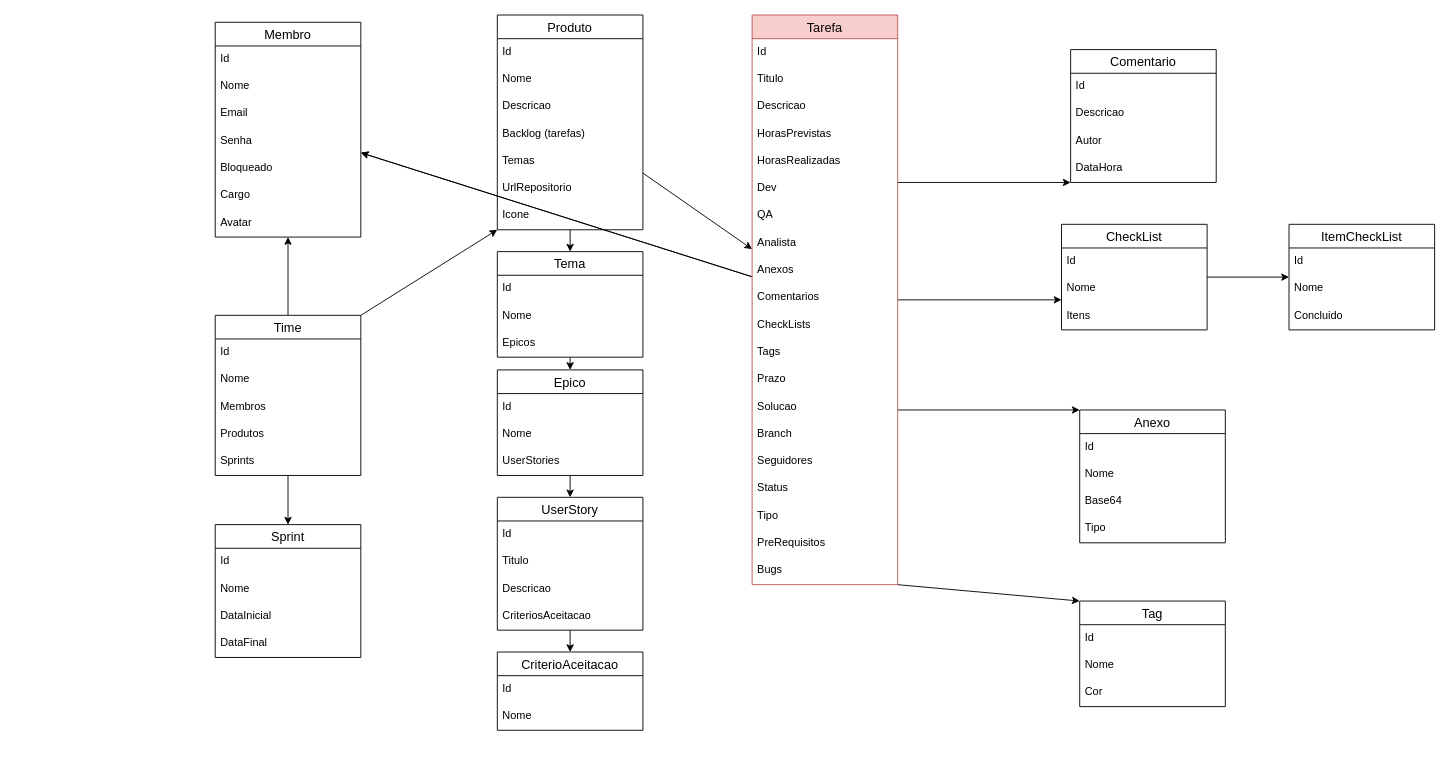
This is back-end/docs/Untitled Diagram.drawio from ddsdaniel/Agilis, a draw.io file, before an edit. Source tidied: cells renumbered, new cells numbered last; positions are measured from the earlier drawing's top-left corner, leaving out a move shared by most shapes. Both pictures are drawn from the tidied source at 91%, with x=0, y=0 at pixel (215, 15).
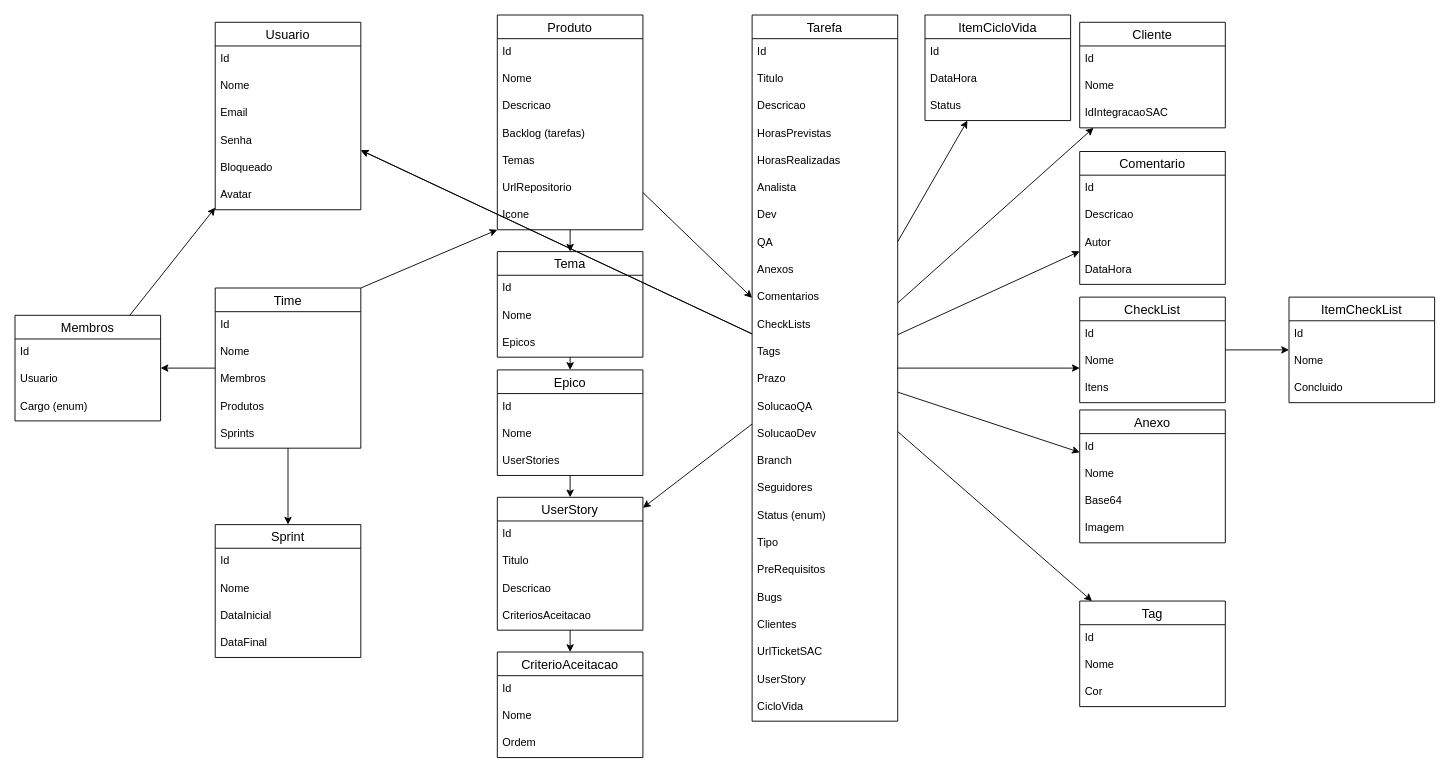
After the change.

The change refers to these unchanged cells:
```xml
<mxCell id="45" value="UserStory" style="swimlane;fontStyle=0;horizontal=1;startSize=26;align=center;fontSize=14;" parent="1" vertex="1">
  <mxGeometry x="310" y="530" width="160" height="146" as="geometry" />
</mxCell>
<mxCell id="58" value="Anexo" style="swimlane;fontStyle=0;horizontal=1;startSize=26;align=center;fontSize=14;" parent="1" vertex="1">
  <mxGeometry x="950" y="434" width="160" height="146" as="geometry" />
</mxCell>
<mxCell id="77" value="Tag" style="swimlane;fontStyle=0;horizontal=1;startSize=26;align=center;fontSize=14;" parent="1" vertex="1">
  <mxGeometry x="950" y="644" width="160" height="116" as="geometry" />
</mxCell>
```

The edit, as a diff of the source:
```diff
@@
-    <mxCell id="17" style="rounded=0;jettySize=auto;html=1;orthogonal=1;edgeStyle=orthogonalEdgeStyle;noEdgeStyle=1;" parent="1" edge="1" source="20" target="26">
-      <mxGeometry relative="1" as="geometry" />
-    </mxCell>
@@
+    <mxCell id="104" style="edgeStyle=none;rounded=0;jettySize=auto;html=1;" parent="1" edge="1" source="20" target="119">
+      <mxGeometry relative="1" as="geometry" />
+    </mxCell>
     <mxCell id="20" value="Time" style="swimlane;fontStyle=0;horizontal=1;startSize=26;align=center;fontSize=14;" parent="1" vertex="1">
-      <mxGeometry y="330" width="160" height="176" as="geometry" />
+      <mxGeometry y="300" width="160" height="176" as="geometry" />
     </mxCell>
@@
-    <mxCell id="26" value="Membro" style="swimlane;fontStyle=0;horizontal=1;startSize=26;align=center;fontSize=14;" parent="1" vertex="1">
-      <mxGeometry y="8" width="160" height="236" as="geometry" />
+    <mxCell id="26" value="Usuario" style="swimlane;fontStyle=0;horizontal=1;startSize=26;align=center;fontSize=14;" parent="1" vertex="1">
+      <mxGeometry y="8" width="160" height="206" as="geometry" />
     </mxCell>
@@
-    <mxCell id="32" value="Cargo" style="text;strokeColor=none;fillColor=none;spacingLeft=4;spacingRight=4;overflow=hidden;fontSize=12;" parent="26" vertex="1">
-      <mxGeometry y="176" width="160" height="30" as="geometry" />
-    </mxCell>
     <mxCell id="33" value="Avatar" style="text;strokeColor=none;fillColor=none;spacingLeft=4;spacingRight=4;overflow=hidden;fontSize=12;" parent="26" vertex="1">
-      <mxGeometry y="206" width="160" height="30" as="geometry" />
+      <mxGeometry y="176" width="160" height="30" as="geometry" />
     </mxCell>
@@
     <mxCell id="50" value="CriterioAceitacao" style="swimlane;fontStyle=0;horizontal=1;startSize=26;align=center;fontSize=14;" parent="1" vertex="1">
-      <mxGeometry x="310" y="700" width="160" height="86" as="geometry" />
+      <mxGeometry x="310" y="700" width="160" height="116" as="geometry" />
     </mxCell>
@@
-    <mxCell id="53" style="edgeStyle=orthogonalEdgeStyle;rounded=0;jettySize=auto;html=1;fontColor=#FF0000;noEdgeStyle=1;orthogonal=1;" parent="1" edge="1" source="82" target="58">
-      <mxGeometry relative="1" as="geometry" />
-    </mxCell>
-    <mxCell id="54" style="edgeStyle=orthogonalEdgeStyle;rounded=0;jettySize=auto;html=1;fontColor=#FF0000;orthogonal=1;noEdgeStyle=1;" parent="1" edge="1" source="82" target="63">
-      <mxGeometry relative="1" as="geometry" />
-    </mxCell>
+    <mxCell id="105" value="Ordem" style="text;strokeColor=none;fillColor=none;spacingLeft=4;spacingRight=4;overflow=hidden;fontSize=12;" parent="50" vertex="1">
+      <mxGeometry y="86" width="160" height="30" as="geometry" />
+    </mxCell>
@@
-    <mxCell id="56" style="edgeStyle=orthogonalEdgeStyle;rounded=0;jettySize=auto;html=1;fontColor=#FF0000;orthogonal=1;noEdgeStyle=1;" parent="1" edge="1" source="82" target="77">
-      <mxGeometry relative="1" as="geometry" />
-    </mxCell>
@@
-    <mxCell id="62" value="Tipo" style="text;strokeColor=none;fillColor=none;spacingLeft=4;spacingRight=4;overflow=hidden;fontSize=12;" parent="58" vertex="1">
+    <mxCell id="62" value="Imagem" style="text;strokeColor=none;fillColor=none;spacingLeft=4;spacingRight=4;overflow=hidden;fontSize=12;" parent="58" vertex="1">
       <mxGeometry y="116" width="160" height="30" as="geometry" />
     </mxCell>
     <mxCell id="63" value="Comentario" style="swimlane;fontStyle=0;horizontal=1;startSize=26;align=center;fontSize=14;" parent="1" vertex="1">
-      <mxGeometry x="940" y="38" width="160" height="146" as="geometry" />
+      <mxGeometry x="950" y="150" width="160" height="146" as="geometry" />
     </mxCell>
@@
-    <mxCell id="68" style="edgeStyle=orthogonalEdgeStyle;rounded=0;jettySize=auto;html=1;fontColor=#FF0000;orthogonal=1;noEdgeStyle=1;" parent="1" edge="1" source="69" target="73">
+    <mxCell id="68" style="edgeStyle=none;rounded=0;jettySize=auto;html=1;" parent="1" edge="1" source="69" target="73">
       <mxGeometry relative="1" as="geometry" />
     </mxCell>
     <mxCell id="69" value="CheckList" style="swimlane;fontStyle=0;horizontal=1;startSize=26;align=center;fontSize=14;" parent="1" vertex="1">
-      <mxGeometry x="930" y="230" width="160" height="116" as="geometry" />
+      <mxGeometry x="950" y="310" width="160" height="116" as="geometry" />
     </mxCell>
@@
     <mxCell id="73" value="ItemCheckList" style="swimlane;fontStyle=0;horizontal=1;startSize=26;align=center;fontSize=14;" parent="1" vertex="1">
-      <mxGeometry x="1180" y="230" width="160" height="116" as="geometry" />
+      <mxGeometry x="1180" y="310" width="160" height="116" as="geometry" />
     </mxCell>
@@
+    <mxCell id="106" style="rounded=0;jettySize=auto;html=1;" parent="1" edge="1" source="82" target="114">
+      <mxGeometry relative="1" as="geometry" />
+    </mxCell>
+    <mxCell id="107" style="edgeStyle=none;rounded=0;jettySize=auto;html=1;" parent="1" edge="1" source="82" target="45">
+      <mxGeometry relative="1" as="geometry" />
+    </mxCell>
+    <mxCell id="54" style="edgeStyle=none;rounded=0;jettySize=auto;html=1;" parent="1" edge="1" source="82" target="63">
+      <mxGeometry relative="1" as="geometry" />
+    </mxCell>
+    <mxCell id="53" style="edgeStyle=none;rounded=0;jettySize=auto;html=1;" parent="1" edge="1" source="82" target="58">
+      <mxGeometry relative="1" as="geometry" />
+    </mxCell>
+    <mxCell id="108" style="edgeStyle=none;rounded=0;jettySize=auto;html=1;" parent="1" edge="1" source="82" target="123">
+      <mxGeometry relative="1" as="geometry" />
+    </mxCell>
+    <mxCell id="56" style="edgeStyle=none;rounded=0;jettySize=auto;html=1;" parent="1" edge="1" source="82" target="77">
+      <mxGeometry relative="1" as="geometry" />
+    </mxCell>
-    <mxCell id="82" value="Tarefa" style="swimlane;fontStyle=0;horizontal=1;startSize=26;align=center;fontSize=14;fillColor=#f8cecc;strokeColor=#b85450;" parent="1" vertex="1">
-      <mxGeometry x="590" width="160" height="626" as="geometry" />
+    <mxCell id="82" value="Tarefa" style="swimlane;fontStyle=0;horizontal=1;startSize=26;align=center;fontSize=14;" parent="1" vertex="1">
+      <mxGeometry x="590" width="160" height="776" as="geometry" />
     </mxCell>
@@
+    <mxCell id="90" value="Analista" style="text;strokeColor=none;fillColor=none;spacingLeft=4;spacingRight=4;overflow=hidden;fontSize=12;" parent="82" vertex="1">
+      <mxGeometry y="176" width="160" height="30" as="geometry" />
+    </mxCell>
     <mxCell id="88" value="Dev" style="text;strokeColor=none;fillColor=none;spacingLeft=4;spacingRight=4;overflow=hidden;fontSize=12;" parent="82" vertex="1">
-      <mxGeometry y="176" width="160" height="30" as="geometry" />
+      <mxGeometry y="206" width="160" height="30" as="geometry" />
     </mxCell>
     <mxCell id="89" value="QA" style="text;strokeColor=none;fillColor=none;spacingLeft=4;spacingRight=4;overflow=hidden;fontSize=12;" parent="82" vertex="1">
-      <mxGeometry y="206" width="160" height="30" as="geometry" />
+      <mxGeometry y="236" width="160" height="30" as="geometry" />
     </mxCell>
-    <mxCell id="90" value="Analista" style="text;strokeColor=none;fillColor=none;spacingLeft=4;spacingRight=4;overflow=hidden;fontSize=12;" parent="82" vertex="1">
-      <mxGeometry y="236" width="160" height="30" as="geometry" />
-    </mxCell>
@@
+    <mxCell id="109" value="SolucaoQA" style="text;strokeColor=none;fillColor=none;spacingLeft=4;spacingRight=4;overflow=hidden;fontSize=12;" parent="82" vertex="1">
+      <mxGeometry y="416" width="160" height="30" as="geometry" />
+    </mxCell>
-    <mxCell id="96" value="Solucao" style="text;strokeColor=none;fillColor=none;spacingLeft=4;spacingRight=4;overflow=hidden;fontSize=12;" parent="82" vertex="1">
-      <mxGeometry y="416" width="160" height="30" as="geometry" />
+    <mxCell id="96" value="SolucaoDev" style="text;strokeColor=none;fillColor=none;spacingLeft=4;spacingRight=4;overflow=hidden;fontSize=12;" parent="82" vertex="1">
+      <mxGeometry y="446" width="160" height="30" as="geometry" />
     </mxCell>
     <mxCell id="97" value="Branch" style="text;strokeColor=none;fillColor=none;spacingLeft=4;spacingRight=4;overflow=hidden;fontSize=12;" parent="82" vertex="1">
-      <mxGeometry y="446" width="160" height="30" as="geometry" />
+      <mxGeometry y="476" width="160" height="30" as="geometry" />
     </mxCell>
     <mxCell id="98" value="Seguidores" style="text;strokeColor=none;fillColor=none;spacingLeft=4;spacingRight=4;overflow=hidden;fontSize=12;" parent="82" vertex="1">
-      <mxGeometry y="476" width="160" height="30" as="geometry" />
+      <mxGeometry y="506" width="160" height="30" as="geometry" />
     </mxCell>
-    <mxCell id="99" value="Status" style="text;strokeColor=none;fillColor=none;spacingLeft=4;spacingRight=4;overflow=hidden;fontSize=12;" parent="82" vertex="1">
-      <mxGeometry y="506" width="160" height="30" as="geometry" />
+    <mxCell id="99" value="Status (enum)" style="text;strokeColor=none;fillColor=none;spacingLeft=4;spacingRight=4;overflow=hidden;fontSize=12;" parent="82" vertex="1">
+      <mxGeometry y="536" width="160" height="30" as="geometry" />
     </mxCell>
     <mxCell id="100" value="Tipo" style="text;strokeColor=none;fillColor=none;spacingLeft=4;spacingRight=4;overflow=hidden;fontSize=12;" parent="82" vertex="1">
-      <mxGeometry y="536" width="160" height="30" as="geometry" />
+      <mxGeometry y="566" width="160" height="30" as="geometry" />
     </mxCell>
     <mxCell id="101" value="PreRequisitos" style="text;strokeColor=none;fillColor=none;spacingLeft=4;spacingRight=4;overflow=hidden;fontSize=12;" parent="82" vertex="1">
-      <mxGeometry y="566" width="160" height="30" as="geometry" />
+      <mxGeometry y="596" width="160" height="30" as="geometry" />
     </mxCell>
-    <mxCell id="102" style="edgeStyle=none;rounded=0;jettySize=auto;html=1;fontColor=#FF0000;" parent="82" edge="1" source="103" target="82">
-      <mxGeometry relative="1" as="geometry" />
-    </mxCell>
     <mxCell id="103" value="Bugs" style="text;strokeColor=none;fillColor=none;spacingLeft=4;spacingRight=4;overflow=hidden;points=[[0,0.5],[1,0.5]];portConstraint=eastwest;fontSize=12;" parent="82" vertex="1">
-      <mxGeometry y="596" width="160" height="30" as="geometry" />
+      <mxGeometry y="626" width="160" height="30" as="geometry" />
     </mxCell>
+    <mxCell id="110" value="Clientes" style="text;strokeColor=none;fillColor=none;spacingLeft=4;spacingRight=4;overflow=hidden;fontSize=12;" parent="82" vertex="1">
+      <mxGeometry y="656" width="160" height="30" as="geometry" />
+    </mxCell>
+    <mxCell id="111" value="UrlTicketSAC" style="text;strokeColor=none;fillColor=none;spacingLeft=4;spacingRight=4;overflow=hidden;fontSize=12;" parent="82" vertex="1">
+      <mxGeometry y="686" width="160" height="30" as="geometry" />
+    </mxCell>
+    <mxCell id="112" value="UserStory" style="text;strokeColor=none;fillColor=none;spacingLeft=4;spacingRight=4;overflow=hidden;fontSize=12;" parent="82" vertex="1">
+      <mxGeometry y="716" width="160" height="30" as="geometry" />
+    </mxCell>
+    <mxCell id="113" value="CicloVida" style="text;strokeColor=none;fillColor=none;spacingLeft=4;spacingRight=4;overflow=hidden;fontSize=12;" parent="82" vertex="1">
+      <mxGeometry y="746" width="160" height="30" as="geometry" />
+    </mxCell>
+    <mxCell id="114" value="Cliente" style="swimlane;fontStyle=0;horizontal=1;startSize=26;align=center;fontSize=14;" parent="1" vertex="1">
+      <mxGeometry x="950" y="8" width="160" height="116" as="geometry" />
+    </mxCell>
+    <mxCell id="115" value="Id" style="text;strokeColor=none;fillColor=none;spacingLeft=4;spacingRight=4;overflow=hidden;fontSize=12;" parent="114" vertex="1">
+      <mxGeometry y="26" width="160" height="30" as="geometry" />
+    </mxCell>
+    <mxCell id="116" value="Nome" style="text;strokeColor=none;fillColor=none;spacingLeft=4;spacingRight=4;overflow=hidden;fontSize=12;" parent="114" vertex="1">
+      <mxGeometry y="56" width="160" height="30" as="geometry" />
+    </mxCell>
+    <mxCell id="117" value="IdIntegracaoSAC" style="text;strokeColor=none;fillColor=none;spacingLeft=4;spacingRight=4;overflow=hidden;fontSize=12;" parent="114" vertex="1">
+      <mxGeometry y="86" width="160" height="30" as="geometry" />
+    </mxCell>
+    <mxCell id="118" style="edgeStyle=none;rounded=0;jettySize=auto;html=1;" parent="1" edge="1" source="119" target="26">
+      <mxGeometry relative="1" as="geometry" />
+    </mxCell>
+    <mxCell id="119" value="Membros" style="swimlane;fontStyle=0;horizontal=1;startSize=26;align=center;fontSize=14;" parent="1" vertex="1">
+      <mxGeometry x="-220" y="330" width="160" height="116" as="geometry" />
+    </mxCell>
+    <mxCell id="120" value="Id" style="text;strokeColor=none;fillColor=none;spacingLeft=4;spacingRight=4;overflow=hidden;fontSize=12;" parent="119" vertex="1">
+      <mxGeometry y="26" width="160" height="30" as="geometry" />
+    </mxCell>
+    <mxCell id="121" value="Usuario" style="text;strokeColor=none;fillColor=none;spacingLeft=4;spacingRight=4;overflow=hidden;fontSize=12;" parent="119" vertex="1">
+      <mxGeometry y="56" width="160" height="30" as="geometry" />
+    </mxCell>
+    <mxCell id="122" value="Cargo (enum)" style="text;strokeColor=none;fillColor=none;spacingLeft=4;spacingRight=4;overflow=hidden;fontSize=12;" parent="119" vertex="1">
+      <mxGeometry y="86" width="160" height="30" as="geometry" />
+    </mxCell>
+    <mxCell id="123" value="ItemCicloVida" style="swimlane;fontStyle=0;horizontal=1;startSize=26;align=center;fontSize=14;" parent="1" vertex="1">
+      <mxGeometry x="780" width="160" height="116" as="geometry" />
+    </mxCell>
+    <mxCell id="124" value="Id" style="text;strokeColor=none;fillColor=none;spacingLeft=4;spacingRight=4;overflow=hidden;fontSize=12;" parent="123" vertex="1">
+      <mxGeometry y="26" width="160" height="30" as="geometry" />
+    </mxCell>
+    <mxCell id="125" value="DataHora" style="text;strokeColor=none;fillColor=none;spacingLeft=4;spacingRight=4;overflow=hidden;fontSize=12;" parent="123" vertex="1">
+      <mxGeometry y="56" width="160" height="30" as="geometry" />
+    </mxCell>
+    <mxCell id="126" value="Status" style="text;strokeColor=none;fillColor=none;spacingLeft=4;spacingRight=4;overflow=hidden;fontSize=12;" parent="123" vertex="1">
+      <mxGeometry y="86" width="160" height="30" as="geometry" />
+    </mxCell>
```
